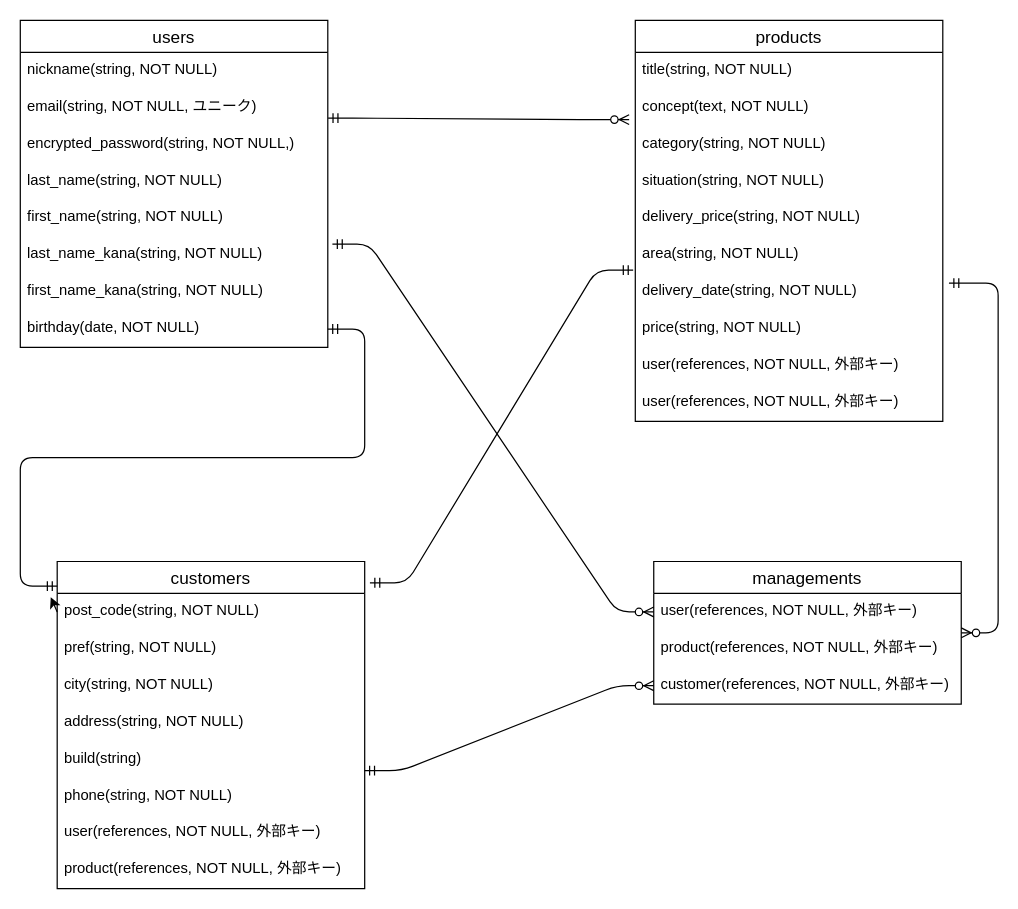
The draw.io diagram furima.dio in gi-hagi/furima-38644, before the edit. Source tidied: cells renumbered, new cells numbered last; positions are measured from the earlier drawing's top-left corner, leaving out a move shared by most shapes. Both pictures are drawn from the tidied source at 123%, with x=0, y=0 at pixel (20, 20).
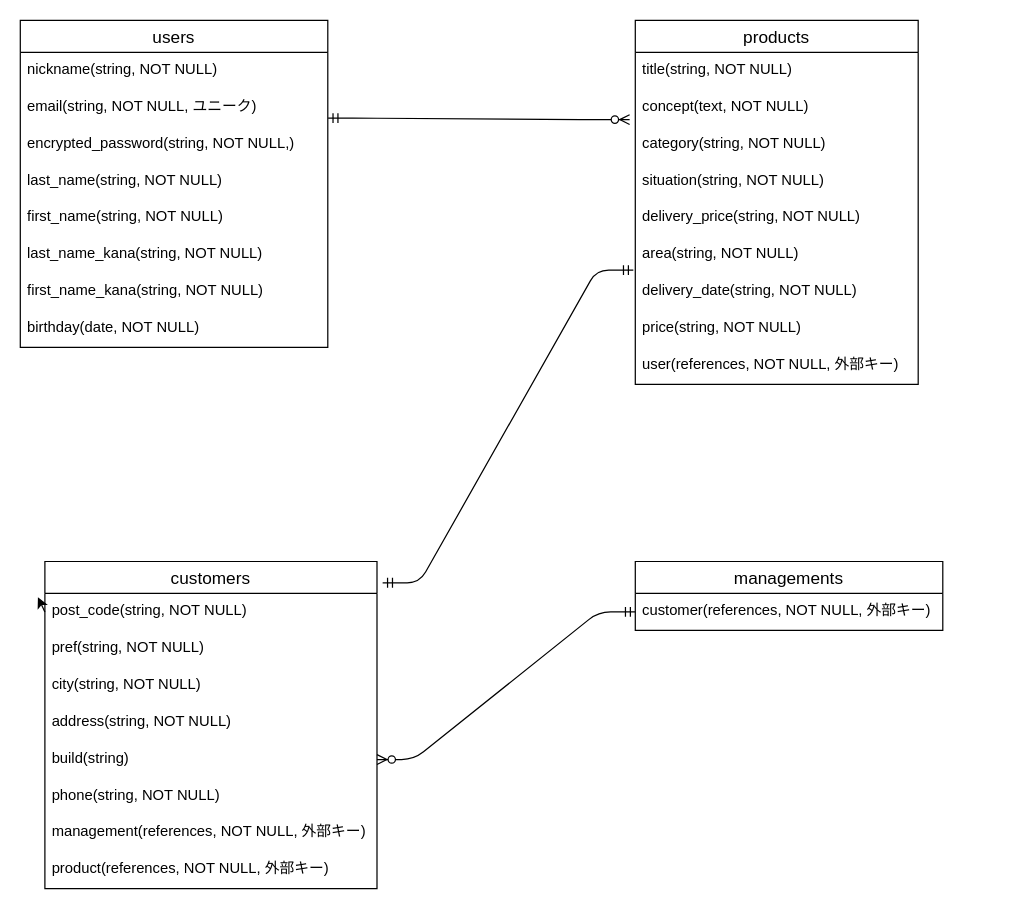
After the change.

Unchanged cells that the change refers to:
```xml
<mxCell id="8" value="last_name_kana(string, NOT NULL)" style="text;strokeColor=none;fillColor=none;spacingLeft=4;spacingRight=4;overflow=hidden;points=[[0,0.5],[1,0.5]];portConstraint=eastwest;fontSize=12;" parent="2" vertex="1">
  <mxGeometry y="176" width="250" height="30" as="geometry" />
</mxCell>
<mxCell id="10" value="birthday(date, NOT NULL)" style="text;strokeColor=none;fillColor=none;spacingLeft=4;spacingRight=4;overflow=hidden;points=[[0,0.5],[1,0.5]];portConstraint=eastwest;fontSize=12;" parent="2" vertex="1">
  <mxGeometry y="236" width="250" height="30" as="geometry" />
</mxCell>
```

What changed in the source:
```diff
@@
     <mxCell id="11" value="products" style="swimlane;fontStyle=0;horizontal=1;startSize=26;align=center;fontSize=14;" parent="1" vertex="1">
-      <mxGeometry x="500" width="250" height="326" as="geometry" />
+      <mxGeometry x="500" width="230" height="296" as="geometry" />
     </mxCell>
     <mxCell id="12" value="title(string, NOT NULL)" style="text;strokeColor=none;fillColor=none;spacingLeft=4;spacingRight=4;overflow=hidden;fontSize=12;" parent="11" vertex="1">
-      <mxGeometry y="26" width="250" height="30" as="geometry" />
+      <mxGeometry y="26" width="230" height="30" as="geometry" />
     </mxCell>
     <mxCell id="13" value="concept(text, NOT NULL)" style="text;strokeColor=none;fillColor=none;spacingLeft=4;spacingRight=4;overflow=hidden;fontSize=12;" parent="11" vertex="1">
-      <mxGeometry y="56" width="250" height="30" as="geometry" />
+      <mxGeometry y="56" width="230" height="30" as="geometry" />
     </mxCell>
     <mxCell id="14" value="category(string, NOT NULL)" style="text;strokeColor=none;fillColor=none;spacingLeft=4;spacingRight=4;overflow=hidden;points=[[0,0.5],[1,0.5]];portConstraint=eastwest;fontSize=12;" parent="11" vertex="1">
-      <mxGeometry y="86" width="250" height="30" as="geometry" />
+      <mxGeometry y="86" width="230" height="30" as="geometry" />
     </mxCell>
     <mxCell id="15" value="situation(string, NOT NULL)" style="text;strokeColor=none;fillColor=none;spacingLeft=4;spacingRight=4;overflow=hidden;fontSize=12;" parent="11" vertex="1">
-      <mxGeometry y="116" width="250" height="30" as="geometry" />
+      <mxGeometry y="116" width="230" height="30" as="geometry" />
     </mxCell>
     <mxCell id="16" value="delivery_price(string, NOT NULL)" style="text;strokeColor=none;fillColor=none;spacingLeft=4;spacingRight=4;overflow=hidden;fontSize=12;" parent="11" vertex="1">
-      <mxGeometry y="146" width="250" height="30" as="geometry" />
+      <mxGeometry y="146" width="230" height="30" as="geometry" />
     </mxCell>
     <mxCell id="17" value="area(string, NOT NULL)" style="text;strokeColor=none;fillColor=none;spacingLeft=4;spacingRight=4;overflow=hidden;points=[[0,0.5],[1,0.5]];portConstraint=eastwest;fontSize=12;" parent="11" vertex="1">
-      <mxGeometry y="176" width="250" height="30" as="geometry" />
+      <mxGeometry y="176" width="230" height="30" as="geometry" />
     </mxCell>
     <mxCell id="18" value="delivery_date(string, NOT NULL)" style="text;strokeColor=none;fillColor=none;spacingLeft=4;spacingRight=4;overflow=hidden;points=[[0,0.5],[1,0.5]];portConstraint=eastwest;fontSize=12;" parent="11" vertex="1">
-      <mxGeometry y="206" width="250" height="30" as="geometry" />
+      <mxGeometry y="206" width="230" height="30" as="geometry" />
     </mxCell>
     <mxCell id="19" value="price(string, NOT NULL)" style="text;strokeColor=none;fillColor=none;spacingLeft=4;spacingRight=4;overflow=hidden;fontSize=12;" parent="11" vertex="1">
-      <mxGeometry y="236" width="250" height="30" as="geometry" />
+      <mxGeometry y="236" width="230" height="30" as="geometry" />
     </mxCell>
     <mxCell id="20" value="user(references, NOT NULL, 外部キー) " style="text;strokeColor=none;fillColor=none;spacingLeft=4;spacingRight=4;overflow=hidden;fontSize=12;" parent="11" vertex="1">
-      <mxGeometry y="266" width="250" height="30" as="geometry" />
+      <mxGeometry y="266" width="230" height="30" as="geometry" />
     </mxCell>
-    <mxCell id="21" value="user(references, NOT NULL, 外部キー) " style="text;strokeColor=none;fillColor=none;spacingLeft=4;spacingRight=4;overflow=hidden;fontSize=12;" parent="11" vertex="1">
-      <mxGeometry y="296" width="250" height="30" as="geometry" />
-    </mxCell>
     <mxCell id="22" value="customers" style="swimlane;fontStyle=0;horizontal=1;startSize=26;align=center;fontSize=14;" parent="1" vertex="1">
-      <mxGeometry x="30" y="440" width="250" height="266" as="geometry" />
+      <mxGeometry x="20" y="440" width="270" height="266" as="geometry" />
     </mxCell>
     <mxCell id="23" value="post_code(string, NOT NULL)" style="text;strokeColor=none;fillColor=none;spacingLeft=4;spacingRight=4;overflow=hidden;points=[[0,0.5],[1,0.5]];portConstraint=eastwest;fontSize=12;" parent="22" vertex="1">
-      <mxGeometry y="26" width="250" height="30" as="geometry" />
+      <mxGeometry y="26" width="270" height="30" as="geometry" />
     </mxCell>
     <mxCell id="24" value="pref(string, NOT NULL)" style="text;strokeColor=none;fillColor=none;spacingLeft=4;spacingRight=4;overflow=hidden;fontSize=12;" parent="22" vertex="1">
-      <mxGeometry y="56" width="250" height="30" as="geometry" />
+      <mxGeometry y="56" width="270" height="30" as="geometry" />
     </mxCell>
     <mxCell id="25" value="city(string, NOT NULL)" style="text;strokeColor=none;fillColor=none;spacingLeft=4;spacingRight=4;overflow=hidden;fontSize=12;" parent="22" vertex="1">
-      <mxGeometry y="86" width="250" height="30" as="geometry" />
+      <mxGeometry y="86" width="270" height="30" as="geometry" />
     </mxCell>
     <mxCell id="26" value="address(string, NOT NULL)" style="text;strokeColor=none;fillColor=none;spacingLeft=4;spacingRight=4;overflow=hidden;fontSize=12;" parent="22" vertex="1">
-      <mxGeometry y="116" width="250" height="30" as="geometry" />
+      <mxGeometry y="116" width="270" height="30" as="geometry" />
     </mxCell>
     <mxCell id="27" value="build(string)" style="text;strokeColor=none;fillColor=none;spacingLeft=4;spacingRight=4;overflow=hidden;points=[[0,0.5],[1,0.5]];portConstraint=eastwest;fontSize=12;" parent="22" vertex="1">
-      <mxGeometry y="146" width="250" height="30" as="geometry" />
+      <mxGeometry y="146" width="270" height="30" as="geometry" />
     </mxCell>
     <mxCell id="28" value="phone(string, NOT NULL)" style="text;strokeColor=none;fillColor=none;spacingLeft=4;spacingRight=4;overflow=hidden;fontSize=12;" parent="22" vertex="1">
-      <mxGeometry y="176" width="250" height="30" as="geometry" />
+      <mxGeometry y="176" width="270" height="30" as="geometry" />
     </mxCell>
-    <mxCell id="29" value="user(references, NOT NULL, 外部キー)" style="text;strokeColor=none;fillColor=none;spacingLeft=4;spacingRight=4;overflow=hidden;fontSize=12;" parent="22" vertex="1">
-      <mxGeometry y="206" width="250" height="30" as="geometry" />
+    <mxCell id="29" value="management(references, NOT NULL, 外部キー)" style="text;strokeColor=none;fillColor=none;spacingLeft=4;spacingRight=4;overflow=hidden;fontSize=12;" parent="22" vertex="1">
+      <mxGeometry y="206" width="270" height="30" as="geometry" />
     </mxCell>
     <mxCell id="30" value="product(references, NOT NULL, 外部キー)" style="text;strokeColor=none;fillColor=none;spacingLeft=4;spacingRight=4;overflow=hidden;fontSize=12;" parent="22" vertex="1">
-      <mxGeometry y="236" width="250" height="30" as="geometry" />
+      <mxGeometry y="236" width="270" height="30" as="geometry" />
     </mxCell>
@@
-    <mxCell id="34" style="edgeStyle=entityRelationEdgeStyle;fontSize=12;html=1;endArrow=ERmandOne;startArrow=ERmandOne;exitX=1;exitY=0.5;exitDx=0;exitDy=0;" parent="1" edge="1" source="10">
-      <mxGeometry relative="1" as="geometry">
-        <mxPoint x="30" y="460" as="targetPoint" />
-      </mxGeometry>
-    </mxCell>
     <mxCell id="35" value="managements" style="swimlane;fontStyle=0;horizontal=1;startSize=26;align=center;fontSize=14;" parent="1" vertex="1">
-      <mxGeometry x="515" y="440" width="250" height="116" as="geometry" />
+      <mxGeometry x="500" y="440" width="250" height="56" as="geometry" />
     </mxCell>
-    <mxCell id="36" value="user(references, NOT NULL, 外部キー)" style="text;strokeColor=none;fillColor=none;spacingLeft=4;spacingRight=4;overflow=hidden;points=[[0,0.5],[1,0.5]];portConstraint=eastwest;fontSize=12;" parent="35" vertex="1">
-      <mxGeometry y="26" width="250" height="30" as="geometry" />
-    </mxCell>
-    <mxCell id="37" value="product(references, NOT NULL, 外部キー)" style="text;strokeColor=none;fillColor=none;spacingLeft=4;spacingRight=4;overflow=hidden;fontSize=12;" parent="35" vertex="1">
-      <mxGeometry y="56" width="250" height="30" as="geometry" />
-    </mxCell>
     <mxCell id="38" value="customer(references, NOT NULL, 外部キー)" style="text;strokeColor=none;fillColor=none;spacingLeft=4;spacingRight=4;overflow=hidden;points=[[0,0.5],[1,0.5]];portConstraint=eastwest;fontSize=12;" parent="35" vertex="1">
-      <mxGeometry y="86" width="250" height="30" as="geometry" />
+      <mxGeometry y="26" width="250" height="30" as="geometry" />
     </mxCell>
-    <mxCell id="39" style="edgeStyle=entityRelationEdgeStyle;fontSize=12;html=1;endArrow=ERzeroToMany;startArrow=ERmandOne;elbow=vertical;entryX=0;entryY=0.5;entryDx=0;entryDy=0;" parent="1" edge="1" target="38">
-      <mxGeometry relative="1" as="geometry">
-        <mxPoint x="280" y="610" as="sourcePoint" />
-      </mxGeometry>
-    </mxCell>
-    <mxCell id="40" style="edgeStyle=entityRelationEdgeStyle;fontSize=12;html=1;endArrow=ERzeroToMany;startArrow=ERmandOne;elbow=vertical;exitX=1.02;exitY=0.257;exitDx=0;exitDy=0;exitPerimeter=0;" parent="1" edge="1" source="18" target="35">
-      <mxGeometry relative="1" as="geometry" />
-    </mxCell>
-    <mxCell id="41" style="edgeStyle=entityRelationEdgeStyle;fontSize=12;html=1;endArrow=ERzeroToMany;startArrow=ERmandOne;elbow=vertical;exitX=1.015;exitY=0.198;exitDx=0;exitDy=0;exitPerimeter=0;entryX=0;entryY=0.5;entryDx=0;entryDy=0;" parent="1" edge="1" source="8" target="36">
-      <mxGeometry relative="1" as="geometry" />
-    </mxCell>
+    <mxCell id="42" style="edgeStyle=entityRelationEdgeStyle;fontSize=12;html=1;endArrow=ERzeroToMany;startArrow=ERmandOne;elbow=vertical;exitX=0;exitY=0.5;exitDx=0;exitDy=0;" parent="1" edge="1" source="38" target="27">
+      <mxGeometry relative="1" as="geometry" />
+    </mxCell>
```
